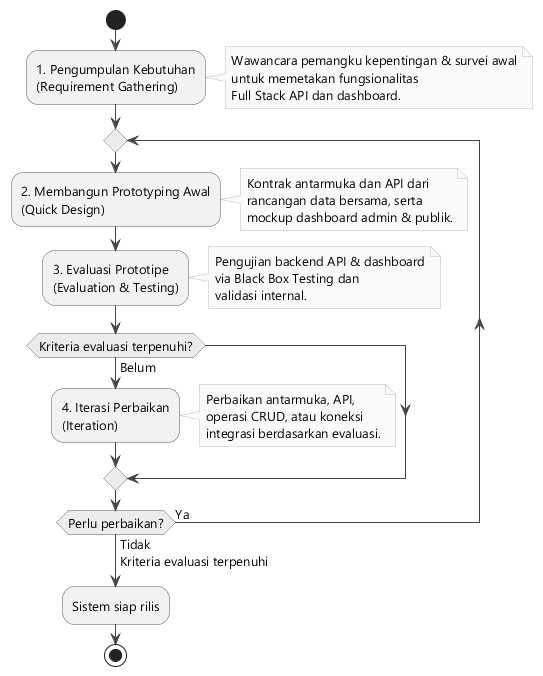
Before: diagrams/gambar-2-10-tahap-pengembangan.png, a diagram exported from PlantUML (Jokskuyy/workflow-ta-proyek).
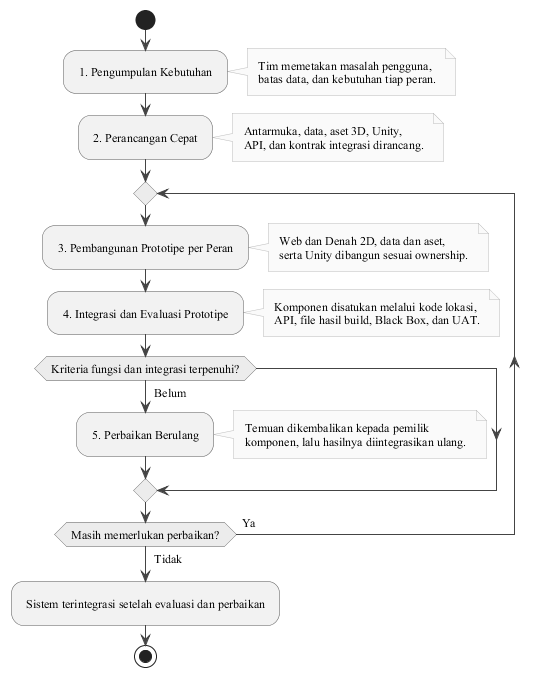
The same diagram one commit later.

What changed in the source:
```diff
@@ -2,9 +2,13 @@
 
 skinparam backgroundColor #FFFFFF
 skinparam shadowing false
-skinparam defaultFontName "Segoe UI"
-skinparam defaultFontSize 13
+skinparam defaultFontName "Times New Roman"
+skinparam defaultFontSize 12
 skinparam ArrowColor #444444
+skinparam linetype ortho
+skinparam nodesep 14
+skinparam ranksep 20
+skinparam Padding 5
 skinparam ActivityBorderColor #555555
 skinparam ActivityBackgroundColor #F2F2F2
 skinparam ActivityDiamondBackgroundColor #ECECEC
@@ -12,44 +16,43 @@
 skinparam NoteBackgroundColor #FAFAFA
 skinparam NoteBorderColor #BBBBBB
 
-
 start
 
-:1. Pengumpulan Kebutuhan\n(Requirement Gathering);
+:1. Pengumpulan Kebutuhan;
 note right
-  Wawancara pemangku kepentingan & survei awal
-  untuk memetakan fungsionalitas
-  Full Stack API dan dashboard.
+  Tim memetakan masalah pengguna,
+  batas data, dan kebutuhan tiap peran.
+end note
+
+:2. Perancangan Cepat;
+note right
+  Antarmuka, data, aset 3D, Unity,
+  API, dan kontrak integrasi dirancang.
 end note
 
 repeat
-  :2. Membangun Prototyping Awal\n(Quick Design);
+  :3. Pembangunan Prototipe per Peran;
   note right
-    Kontrak antarmuka dan API dari
-    rancangan data bersama, serta
-    mockup dashboard admin & publik.
+    Web dan Denah 2D, data dan aset,
+    serta Unity dibangun sesuai ownership.
   end note
 
-  :3. Evaluasi Prototipe\n(Evaluation & Testing);
+  :4. Integrasi dan Evaluasi Prototipe;
   note right
-    Pengujian backend API & dashboard
-    via Black Box Testing dan
-    validasi internal.
+    Komponen disatukan melalui kode lokasi,
+    API, file hasil build, Black Box, dan UAT.
   end note
 
-  if (Kriteria evaluasi terpenuhi?) then (Belum)
-    :4. Iterasi Perbaikan\n(Iteration);
+  if (Kriteria fungsi dan integrasi terpenuhi?) then (Belum)
+    :5. Perbaikan Berulang;
     note right
-      Perbaikan antarmuka, API,
-      operasi CRUD, atau koneksi
-      integrasi berdasarkan evaluasi.
+      Temuan dikembalikan kepada pemilik
+      komponen, lalu hasilnya diintegrasikan ulang.
     end note
   endif
-repeat while (Perlu perbaikan?) is (Ya) not (Tidak)
-->Kriteria evaluasi terpenuhi;
+repeat while (Masih memerlukan perbaikan?) is (Ya) not (Tidak)
 
-:Sistem siap rilis;
-
+:Sistem terintegrasi setelah evaluasi dan perbaikan;
 stop
 
 @enduml
```
